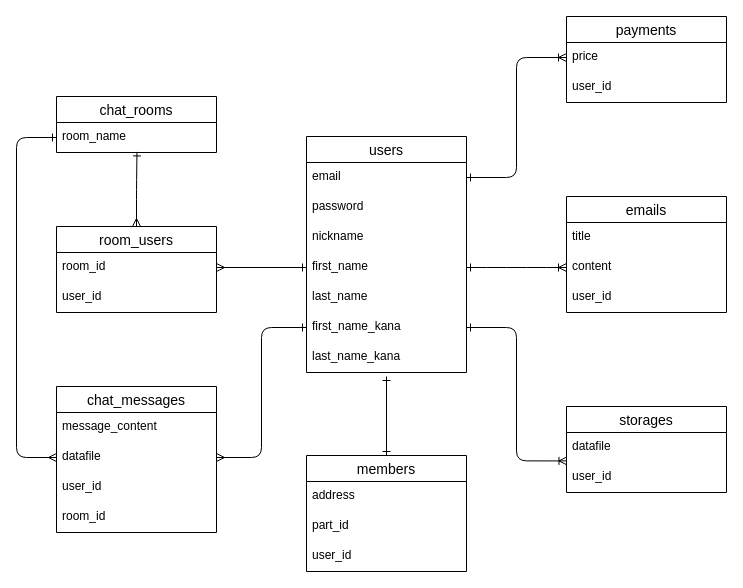
soya0128/Comcon keeps this draw.io diagram as ER.dio. Above is the earlier version. Source tidied: cells renumbered, new cells numbered last; positions are measured from the earlier drawing's top-left corner, leaving out a move shared by most shapes. Both pictures are drawn from the tidied source at 100%, with x=0, y=0 at pixel (16, 16).
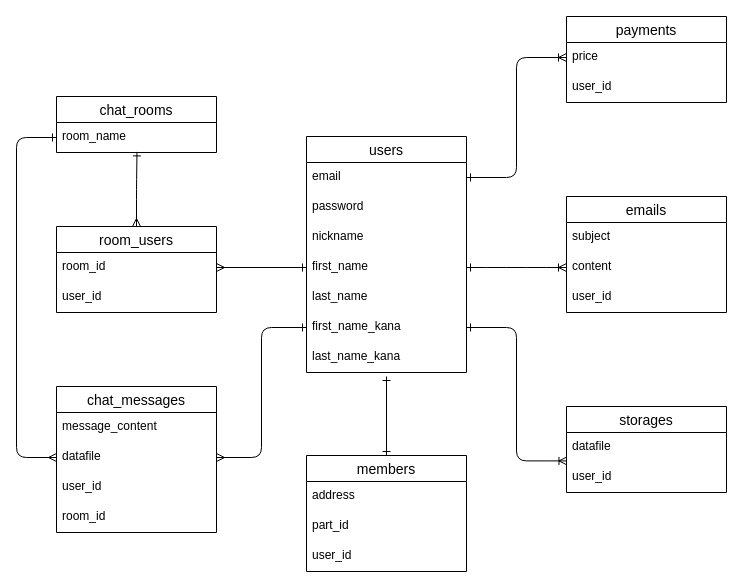
Above is the later version.

Unchanged cells that the change refers to:
```xml
<mxCell id="19" value="emails" style="swimlane;fontStyle=0;horizontal=1;startSize=26;align=center;fontSize=14;" parent="1" vertex="1">
  <mxGeometry x="550" y="180" width="160" height="116" as="geometry" />
</mxCell>
```

What changed in the source:
```diff
@@
-    <mxCell id="20" value="title" style="text;strokeColor=none;fillColor=none;spacingLeft=4;spacingRight=4;overflow=hidden;fontSize=12;" parent="19" vertex="1">
+    <mxCell id="20" value="subject" style="text;strokeColor=none;fillColor=none;spacingLeft=4;spacingRight=4;overflow=hidden;fontSize=12;" parent="19" vertex="1">
       <mxGeometry y="26" width="160" height="30" as="geometry" />
     </mxCell>
```
